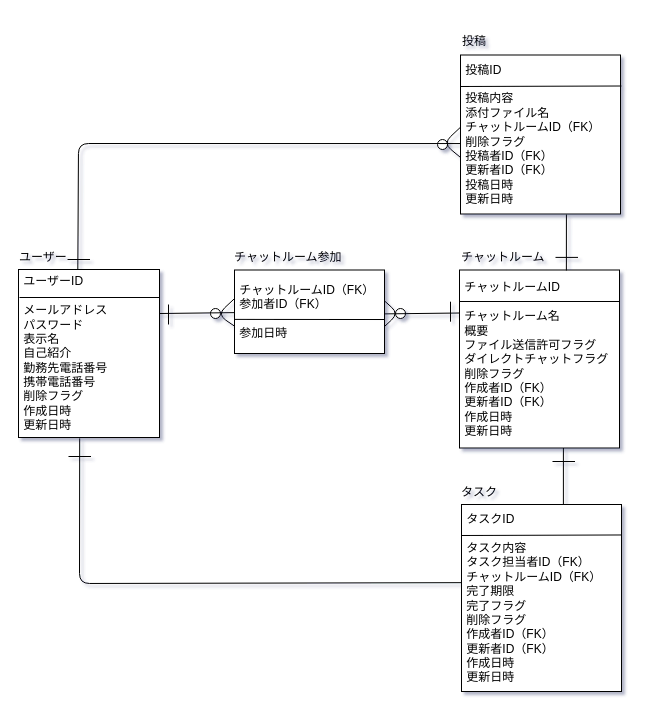
Earlier version of the draw.io diagram db/db-challenge1/erd.drawio (39nina/quelcode-db). Source tidied: cells renumbered, new cells numbered last; positions are measured from the earlier drawing's top-left corner, leaving out a move shared by most shapes. Both pictures are drawn from the tidied source at 100%, with x=0, y=0 at pixel (17, 17).
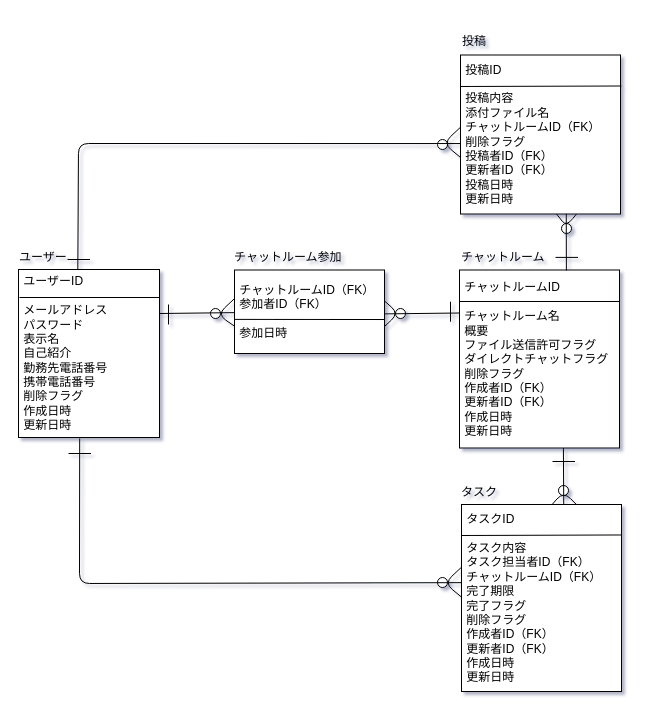
The same diagram, later.

Commit message:
カーディナリティの記載漏れ修正

Unchanged cells that the change refers to:
```xml
<mxCell id="9" value="&amp;nbsp;投稿ID&lt;br&gt;&lt;br&gt;&amp;nbsp;投稿内容&lt;br&gt;&amp;nbsp;添付ファイル名&lt;br&gt;&amp;nbsp;チャットルームID（FK）&lt;br&gt;&amp;nbsp;削除フラグ&lt;br&gt;&amp;nbsp;投稿者ID（FK）&lt;br&gt;&amp;nbsp;更新者ID（FK）&lt;br&gt;&amp;nbsp;投稿日時&lt;br&gt;&amp;nbsp;更新日時" style="rounded=0;whiteSpace=wrap;html=1;align=left;" parent="1" vertex="1">
  <mxGeometry x="443" y="37.5" width="160" height="159" as="geometry" />
</mxCell>
<mxCell id="11" value="&amp;nbsp;チャットルームID&lt;br&gt;&lt;br&gt;&amp;nbsp;チャットルーム名&lt;br&gt;&amp;nbsp;概要&lt;br&gt;&amp;nbsp;ファイル送信許可フラグ&lt;br&gt;&amp;nbsp;ダイレクトチャットフラグ&lt;br&gt;&amp;nbsp;削除フラグ&lt;br&gt;&amp;nbsp;作成者ID（FK）&lt;br&gt;&amp;nbsp;更新者ID（FK）&lt;br&gt;&amp;nbsp;作成日時&lt;br&gt;&amp;nbsp;更新日時" style="rounded=0;whiteSpace=wrap;html=1;align=left;" parent="1" vertex="1">
  <mxGeometry x="442" y="252.5" width="160" height="178" as="geometry" />
</mxCell>
<mxCell id="16" value="&amp;nbsp;タスクID&lt;br&gt;&lt;br&gt;&amp;nbsp;タスク内容&lt;br&gt;&amp;nbsp;タスク担当者ID（FK）&lt;br&gt;&amp;nbsp;チャットルームID（FK）&lt;br&gt;&amp;nbsp;完了期限&lt;br&gt;&amp;nbsp;完了フラグ&lt;br&gt;&amp;nbsp;削除フラグ&lt;br&gt;&amp;nbsp;作成者ID（FK）&lt;br&gt;&amp;nbsp;更新者ID（FK）&lt;br&gt;&amp;nbsp;作成日時&lt;br&gt;&amp;nbsp;更新日時" style="rounded=0;whiteSpace=wrap;html=1;align=left;" parent="1" vertex="1">
  <mxGeometry x="444" y="487" width="160" height="187" as="geometry" />
</mxCell>
```

The edit, as a diff of the source:
```diff
@@
+    <mxCell id="35" style="ellipse;whiteSpace=wrap;html=1;" parent="1" vertex="1">
+      <mxGeometry x="420" y="560" width="10" height="10" as="geometry" />
+    </mxCell>
+    <mxCell id="36" style="endArrow=none;html=1;entryX=-0.001;entryY=0.32;entryDx=0;entryDy=0;entryPerimeter=0;exitX=0.002;exitY=0.646;exitDx=0;exitDy=0;exitPerimeter=0;" parent="1" edge="1">
+      <mxGeometry relative="1" as="geometry">
+        <mxPoint x="444.5" y="580" as="sourcePoint" />
+        <mxPoint x="443.9" y="549.8" as="targetPoint" />
+        <Array as="points">
+          <mxPoint x="427" y="565.6" />
+        </Array>
+      </mxGeometry>
+    </mxCell>
+    <mxCell id="37" style="endArrow=none;html=1;entryX=0.55;entryY=0.004;entryDx=0;entryDy=0;entryPerimeter=0;exitX=0.803;exitY=0.004;exitDx=0;exitDy=0;exitPerimeter=0;" parent="1" edge="1">
+      <mxGeometry relative="1" as="geometry">
+        <mxPoint x="567.5" y="495.7" as="sourcePoint" />
+        <mxPoint x="527" y="495.7" as="targetPoint" />
+        <Array as="points">
+          <mxPoint x="546" y="474" />
+        </Array>
+      </mxGeometry>
+    </mxCell>
+    <mxCell id="38" style="ellipse;whiteSpace=wrap;html=1;" parent="1" vertex="1">
+      <mxGeometry x="544" y="206" width="10" height="10" as="geometry" />
+    </mxCell>
+    <mxCell id="39" style="endArrow=none;html=1;exitX=0.767;exitY=1.008;exitDx=0;exitDy=0;exitPerimeter=0;entryX=0.57;entryY=0.997;entryDx=0;entryDy=0;entryPerimeter=0;" parent="1" edge="1">
+      <mxGeometry relative="1" as="geometry">
+        <mxPoint x="563.9" y="190.3" as="sourcePoint" />
+        <mxPoint x="533.2" y="189" as="targetPoint" />
+        <Array as="points">
+          <mxPoint x="549" y="209" />
+          <mxPoint x="541" y="199" />
+        </Array>
+      </mxGeometry>
+    </mxCell>
@@
     <mxCell id="3" value="&lt;font style=&quot;font-size: 12px&quot;&gt;タスク&lt;/font&gt;" style="text;strokeColor=none;fillColor=none;html=1;fontSize=24;fontStyle=0;verticalAlign=middle;align=left;" parent="1" vertex="1">
-      <mxGeometry x="442" y="451" width="100" height="40" as="geometry" />
+      <mxGeometry x="442" y="451" width="49" height="40" as="geometry" />
     </mxCell>
@@
     <mxCell id="20" style="endArrow=none;html=1;" parent="1" edge="1">
       <mxGeometry relative="1" as="geometry">
-        <mxPoint x="73.5" y="439" as="sourcePoint" />
-        <mxPoint x="51" y="439" as="targetPoint" />
+        <mxPoint x="73.5" y="436" as="sourcePoint" />
+        <mxPoint x="51" y="436" as="targetPoint" />
       </mxGeometry>
     </mxCell>
@@
-    <mxCell id="28" style="endArrow=none;html=1;exitX=0.662;exitY=1.003;exitDx=0;exitDy=0;exitPerimeter=0;entryX=0.668;entryY=0.003;entryDx=0;entryDy=0;entryPerimeter=0;" parent="1" edge="1" source="9" target="11">
+    <mxCell id="28" style="endArrow=none;html=1;entryX=0.668;entryY=0.003;entryDx=0;entryDy=0;entryPerimeter=0;exitX=0.661;exitY=0.999;exitDx=0;exitDy=0;exitPerimeter=0;" parent="1" edge="1" source="9" target="11">
       <mxGeometry relative="1" as="geometry" />
     </mxCell>
@@
-    <mxCell id="31" style="endArrow=none;html=1;exitX=0.662;exitY=1.003;exitDx=0;exitDy=0;exitPerimeter=0;entryX=0.668;entryY=0.003;entryDx=0;entryDy=0;entryPerimeter=0;" parent="1" edge="1">
-      <mxGeometry relative="1" as="geometry">
-        <mxPoint x="545.9" y="430.5" as="sourcePoint" />
-        <mxPoint x="545.9" y="486.6" as="targetPoint" />
-      </mxGeometry>
-    </mxCell>
@@
+    <mxCell id="40" style="ellipse;whiteSpace=wrap;html=1;" parent="1" vertex="1">
+      <mxGeometry x="541" y="468" width="10" height="10" as="geometry" />
+    </mxCell>
+    <mxCell id="41" style="endArrow=none;html=1;exitX=0.662;exitY=1.003;exitDx=0;exitDy=0;exitPerimeter=0;entryX=0.639;entryY=0.001;entryDx=0;entryDy=0;entryPerimeter=0;" parent="1" edge="1" target="16">
+      <mxGeometry relative="1" as="geometry">
+        <mxPoint x="545.9" y="430.5" as="sourcePoint" />
+      </mxGeometry>
+    </mxCell>
```
